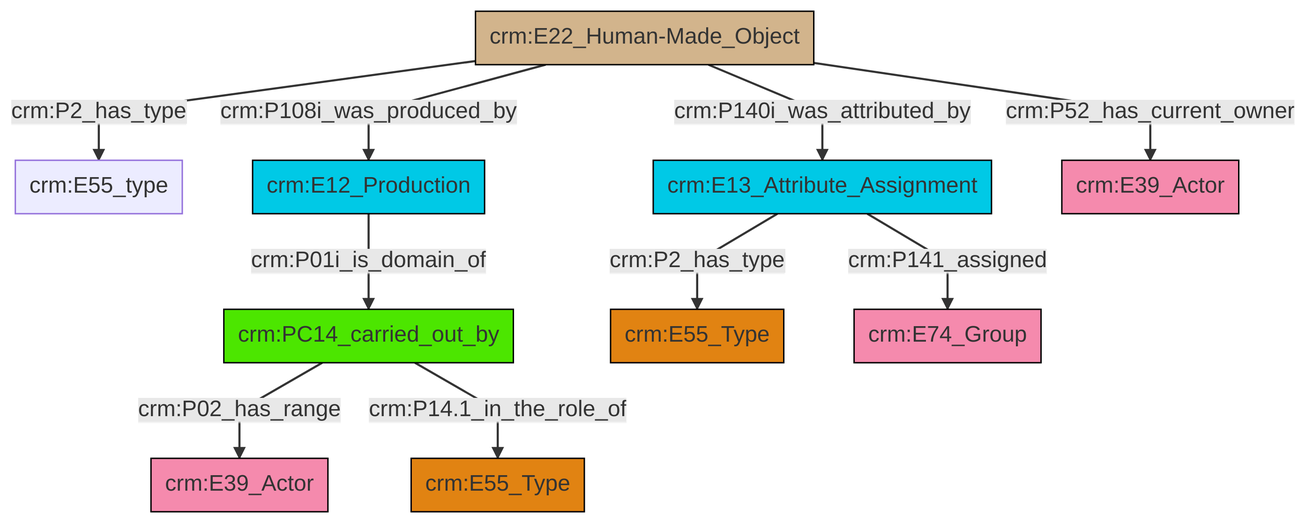
swiss-art-research-net/docs.swissartresearch keeps this Mermaid diagram as et/builtWorkCSV/ttl/mmd/png/Built_Work_actor_relations.png. Above is the earlier version. Its source is kept beside it as et/builtWorkCSV/ttl/mmd/Built_Work_actor_relations.ttl.mmd.
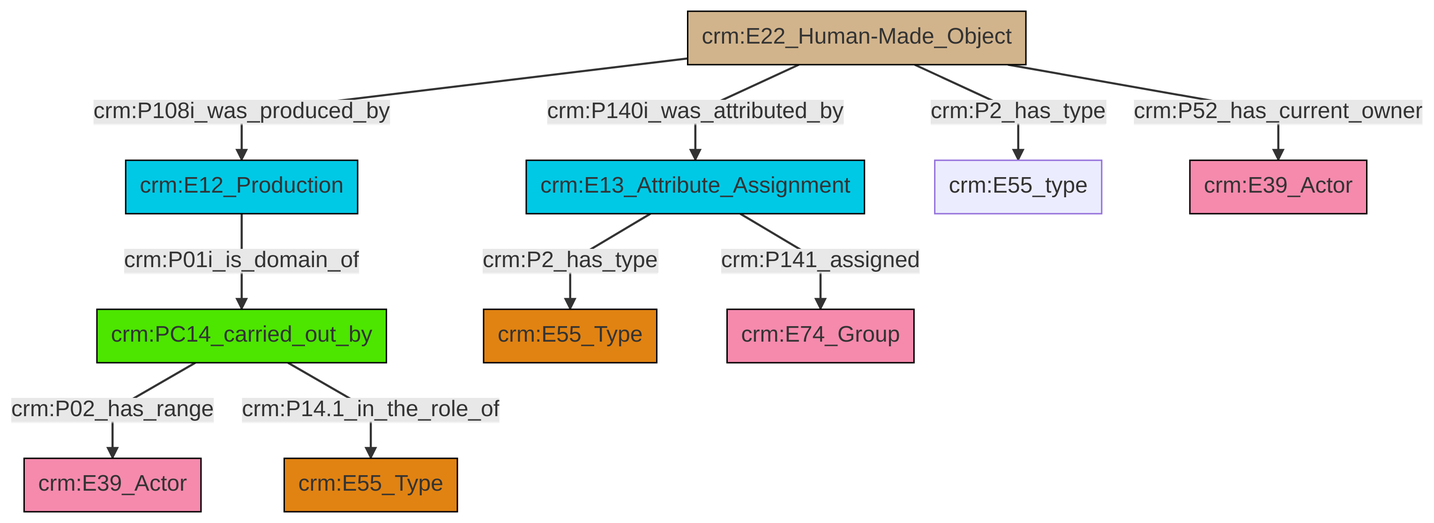
The same diagram one commit later.

The edit, as a diff of the source:
```diff
@@ -13,12 +13,12 @@
 classDef PC_Classes fill:#4ce600, stroke:#000000;
 classDef Multi fill:#cccccc,stroke:#000000;
 
-0["crm:E22_Human-Made_Object"]:::Physical_Thing -->|crm:P2_has_type| 1["crm:E55_type"]:::Default
-4["crm:PC14_carried_out_by"]:::PC_Classes -->|crm:P02_has_range| 5["crm:E39_Actor"]:::Actor
-0["crm:E22_Human-Made_Object"]:::Physical_Thing -->|crm:P52_has_current_owner| 11["crm:E39_Actor"]:::Actor
-9["crm:E12_Production"]:::Temporal_Entity -->|crm:P01i_is_domain_of| 4["crm:PC14_carried_out_by"]:::PC_Classes
-2["crm:E13_Attribute_Assignment"]:::Temporal_Entity -->|crm:P2_has_type| 7["crm:E55_Type"]:::Type
-4["crm:PC14_carried_out_by"]:::PC_Classes -->|crm:P14.1_in_the_role_of| 16["crm:E55_Type"]:::Type
-2["crm:E13_Attribute_Assignment"]:::Temporal_Entity -->|crm:P141_assigned| 19["crm:E74_Group"]:::Actor
-0["crm:E22_Human-Made_Object"]:::Physical_Thing -->|crm:P140i_was_attributed_by| 2["crm:E13_Attribute_Assignment"]:::Temporal_Entity
-0["crm:E22_Human-Made_Object"]:::Physical_Thing -->|crm:P108i_was_produced_by| 9["crm:E12_Production"]:::Temporal_Entity
+0["crm:PC14_carried_out_by"]:::PC_Classes -->|crm:P02_has_range| 1["crm:E39_Actor"]:::Actor
+4["crm:E22_Human-Made_Object"]:::Physical_Thing -->|crm:P140i_was_attributed_by| 6["crm:E13_Attribute_Assignment"]:::Temporal_Entity
+7["crm:E12_Production"]:::Temporal_Entity -->|crm:P01i_is_domain_of| 0["crm:PC14_carried_out_by"]:::PC_Classes
+6["crm:E13_Attribute_Assignment"]:::Temporal_Entity -->|crm:P2_has_type| 2["crm:E55_Type"]:::Type
+4["crm:E22_Human-Made_Object"]:::Physical_Thing -->|crm:P2_has_type| 10["crm:E55_type"]:::Default
+4["crm:E22_Human-Made_Object"]:::Physical_Thing -->|crm:P108i_was_produced_by| 7["crm:E12_Production"]:::Temporal_Entity
+4["crm:E22_Human-Made_Object"]:::Physical_Thing -->|crm:P52_has_current_owner| 13["crm:E39_Actor"]:::Actor
+6["crm:E13_Attribute_Assignment"]:::Temporal_Entity -->|crm:P141_assigned| 17["crm:E74_Group"]:::Actor
+0["crm:PC14_carried_out_by"]:::PC_Classes -->|crm:P14.1_in_the_role_of| 11["crm:E55_Type"]:::Type
```
